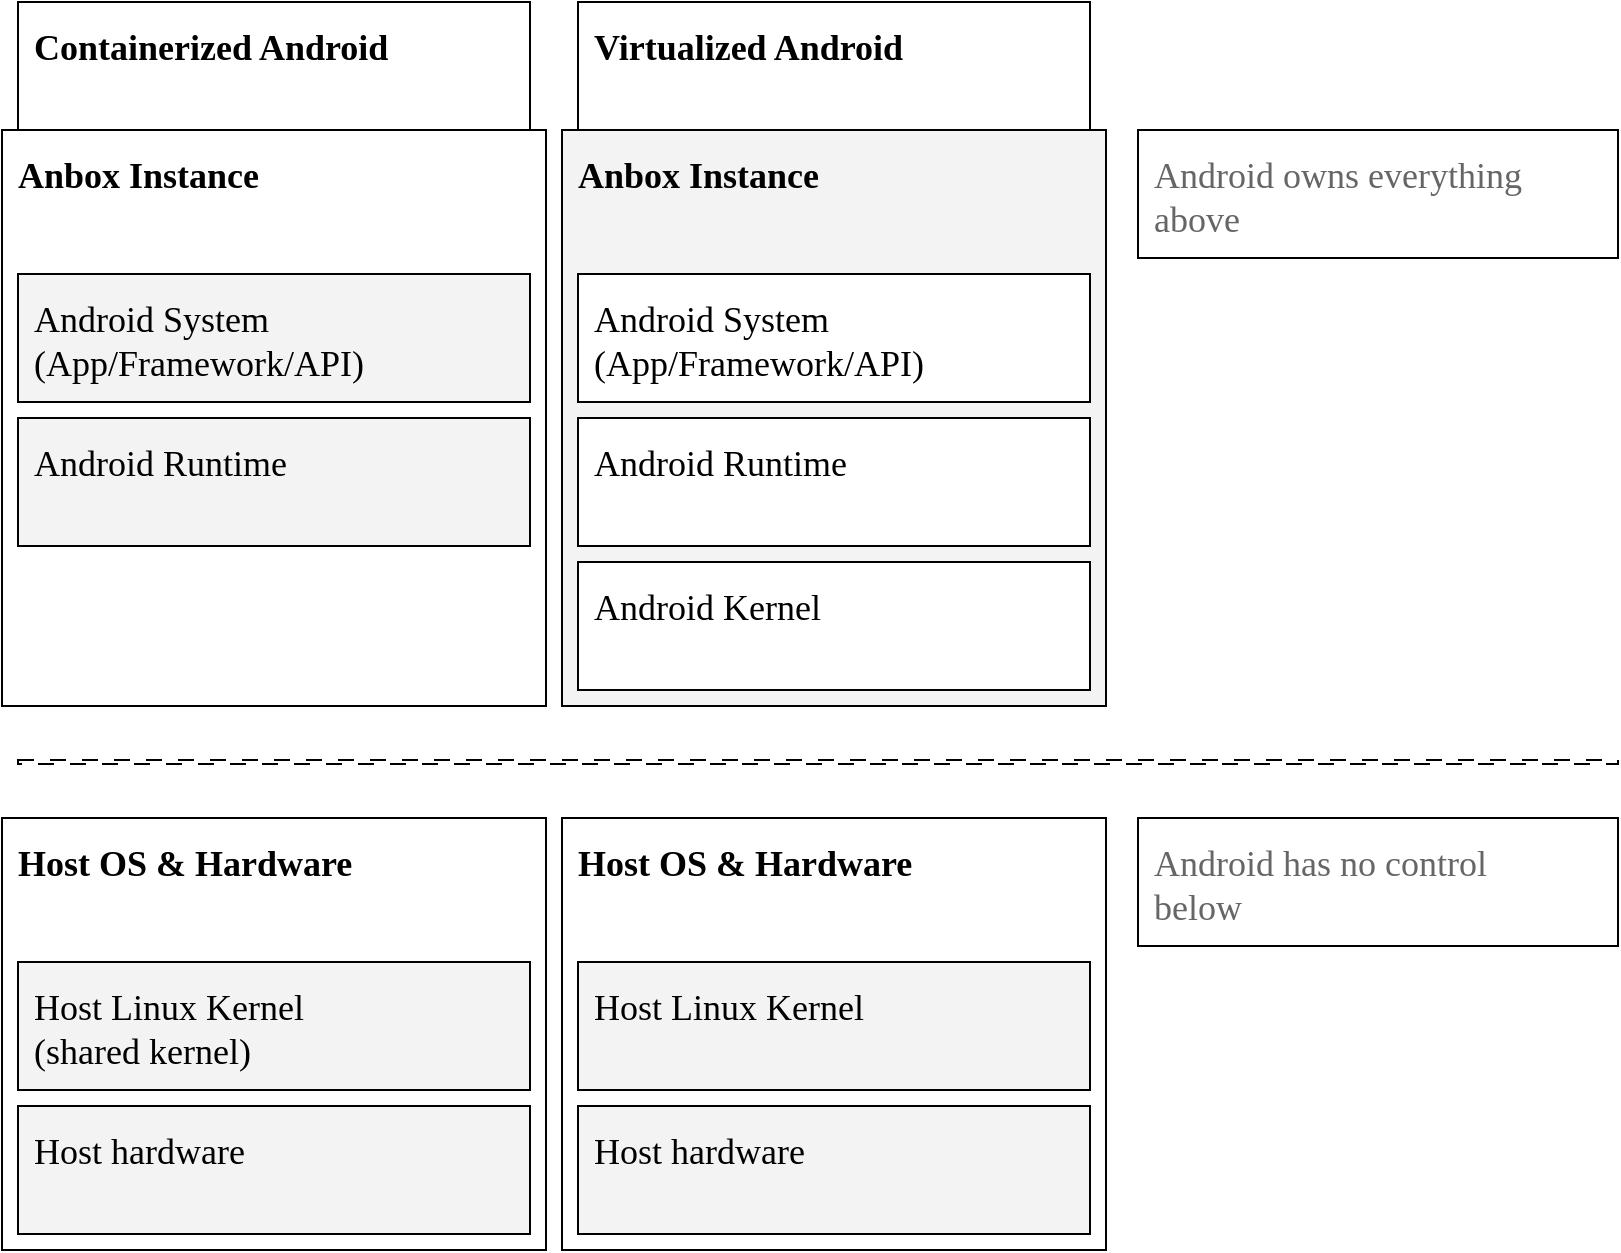
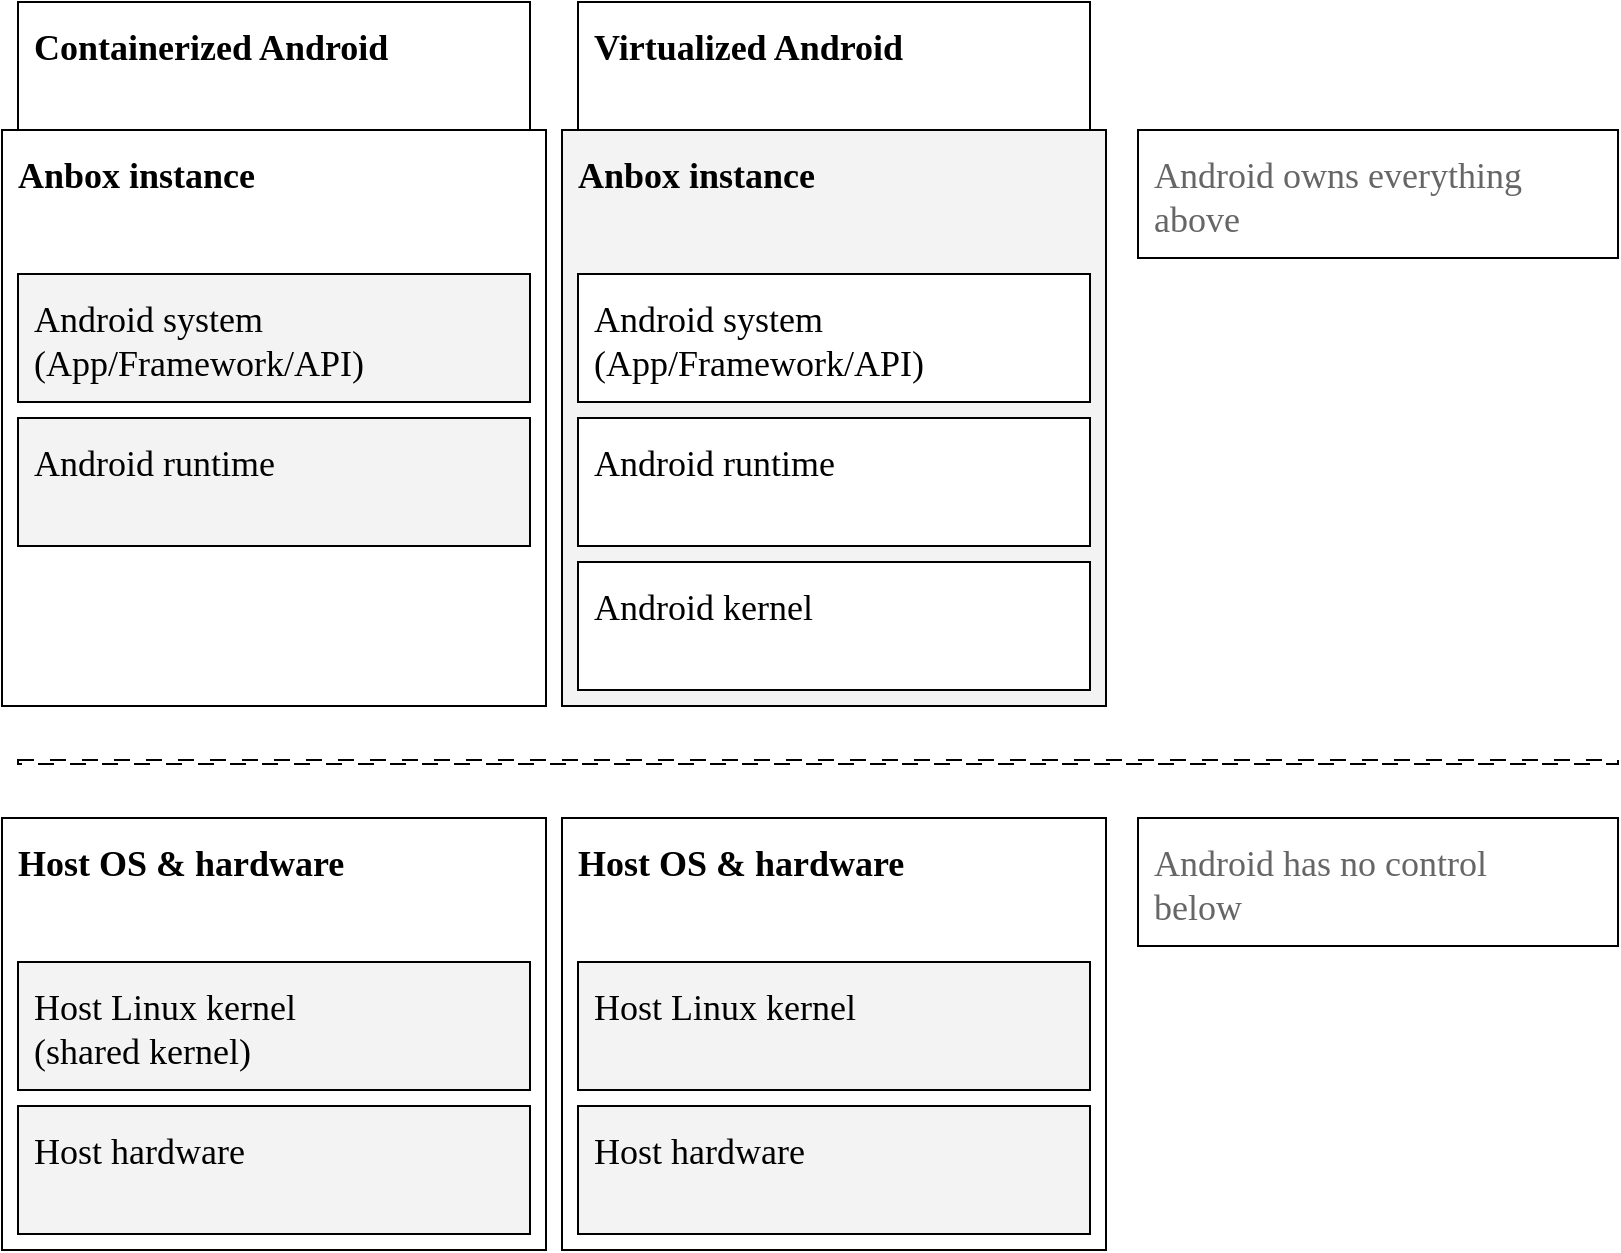
<mxfile host="app.diagrams.net" agent="diagram-generator" version="29.3.7">
-   <diagram name="Android Container vs VM Architecture" id="declarative">
+   <diagram name="Android container vs VM architecture" id="declarative">
    <mxGraphModel grid="1" gridSize="8" guides="1" tooltips="1" connect="1" arrows="1" fold="1" page="1" pageScale="1" pageWidth="848" pageHeight="672" background="light-dark(#ffffff, #ffffff)" adaptiveColors="none" math="0" shadow="0">
      <root>
        <mxCell id="0" />
        <mxCell id="1" parent="0" />
        <mxCell id="2" parent="1" style="rounded=0;whiteSpace=wrap;html=1;shadow=0;fillColor=#FFFFFF;strokeColor=#000000;strokeWidth=1;" value="" vertex="1" data-dg-source="diagram-generator" data-dg-role="box" tags="dg-generated dg-role-box dg-token-box-default" data-dg-style-tokens="box-default" connectable="1">
          <mxGeometry x="16" y="88" width="272" height="288" as="geometry" />
        </mxCell>
-         <mxCell id="3" parent="2" style="rounded=0;whiteSpace=wrap;html=1;align=left;verticalAlign=top;spacing=0;spacingTop=0;spacingBottom=0;spacingLeft=0;spacingRight=0;fillColor=none;strokeColor=none;strokeWidth=0;shadow=0;fontFamily=Ubuntu Sans;fontSize=18;fontColor=#000000;fontSource=https%3A%2F%2Ffonts.googleapis.com%2Fcss%3Ffamily%3DUbuntu%2BSans;" value="&lt;span style=&quot;font-size:18px&quot;&gt;&lt;b&gt;Anbox Instance&lt;/b&gt;&lt;/span&gt;" vertex="1" data-dg-source="diagram-generator" data-dg-role="label" tags="dg-generated dg-role-label dg-token-label-box" data-dg-style-tokens="label-box" connectable="0">
+         <mxCell id="3" parent="2" style="rounded=0;whiteSpace=wrap;html=1;align=left;verticalAlign=top;spacing=0;spacingTop=0;spacingBottom=0;spacingLeft=0;spacingRight=0;fillColor=none;strokeColor=none;strokeWidth=0;shadow=0;fontFamily=Ubuntu Sans;fontSize=18;fontColor=#000000;fontSource=https%3A%2F%2Ffonts.googleapis.com%2Fcss%3Ffamily%3DUbuntu%2BSans;" value="&lt;span style=&quot;font-size:18px&quot;&gt;&lt;b&gt;Anbox instance&lt;/b&gt;&lt;/span&gt;" vertex="1" data-dg-source="diagram-generator" data-dg-role="label" tags="dg-generated dg-role-label dg-token-label-box" data-dg-style-tokens="label-box" connectable="0">
          <mxGeometry x="8" y="8" width="256" height="272" as="geometry" />
        </mxCell>
        <mxCell id="4" parent="1" style="rounded=0;whiteSpace=wrap;html=1;shadow=0;fillColor=#F3F3F3;strokeColor=#000000;strokeWidth=1;" value="" vertex="1" data-dg-source="diagram-generator" data-dg-role="box" tags="dg-generated dg-role-box dg-token-box-accent" data-dg-style-tokens="box-accent" connectable="1">
          <mxGeometry x="296" y="88" width="272" height="288" as="geometry" />
        </mxCell>
-         <mxCell id="5" parent="4" style="rounded=0;whiteSpace=wrap;html=1;align=left;verticalAlign=top;spacing=0;spacingTop=0;spacingBottom=0;spacingLeft=0;spacingRight=0;fillColor=none;strokeColor=none;strokeWidth=0;shadow=0;fontFamily=Ubuntu Sans;fontSize=18;fontColor=#000000;fontSource=https%3A%2F%2Ffonts.googleapis.com%2Fcss%3Ffamily%3DUbuntu%2BSans;" value="&lt;span style=&quot;font-size:18px&quot;&gt;&lt;b&gt;Anbox Instance&lt;/b&gt;&lt;/span&gt;" vertex="1" data-dg-source="diagram-generator" data-dg-role="label" tags="dg-generated dg-role-label dg-token-label-box" data-dg-style-tokens="label-box" connectable="0">
+         <mxCell id="5" parent="4" style="rounded=0;whiteSpace=wrap;html=1;align=left;verticalAlign=top;spacing=0;spacingTop=0;spacingBottom=0;spacingLeft=0;spacingRight=0;fillColor=none;strokeColor=none;strokeWidth=0;shadow=0;fontFamily=Ubuntu Sans;fontSize=18;fontColor=#000000;fontSource=https%3A%2F%2Ffonts.googleapis.com%2Fcss%3Ffamily%3DUbuntu%2BSans;" value="&lt;span style=&quot;font-size:18px&quot;&gt;&lt;b&gt;Anbox instance&lt;/b&gt;&lt;/span&gt;" vertex="1" data-dg-source="diagram-generator" data-dg-role="label" tags="dg-generated dg-role-label dg-token-label-box" data-dg-style-tokens="label-box" connectable="0">
          <mxGeometry x="8" y="8" width="256" height="272" as="geometry" />
        </mxCell>
        <mxCell id="6" parent="1" style="rounded=0;whiteSpace=wrap;html=1;shadow=0;fillColor=#FFFFFF;strokeColor=#000000;strokeWidth=1;" value="" vertex="1" data-dg-source="diagram-generator" data-dg-role="box" tags="dg-generated dg-role-box dg-token-box-default" data-dg-style-tokens="box-default" connectable="1">
          <mxGeometry x="16" y="432" width="272" height="216" as="geometry" />
        </mxCell>
-         <mxCell id="7" parent="6" style="rounded=0;whiteSpace=wrap;html=1;align=left;verticalAlign=top;spacing=0;spacingTop=0;spacingBottom=0;spacingLeft=0;spacingRight=0;fillColor=none;strokeColor=none;strokeWidth=0;shadow=0;fontFamily=Ubuntu Sans;fontSize=18;fontColor=#000000;fontSource=https%3A%2F%2Ffonts.googleapis.com%2Fcss%3Ffamily%3DUbuntu%2BSans;" value="&lt;span style=&quot;font-size:18px&quot;&gt;&lt;b&gt;Host OS &amp;amp; Hardware&lt;/b&gt;&lt;/span&gt;" vertex="1" data-dg-source="diagram-generator" data-dg-role="label" tags="dg-generated dg-role-label dg-token-label-box" data-dg-style-tokens="label-box" connectable="0">
+         <mxCell id="7" parent="6" style="rounded=0;whiteSpace=wrap;html=1;align=left;verticalAlign=top;spacing=0;spacingTop=0;spacingBottom=0;spacingLeft=0;spacingRight=0;fillColor=none;strokeColor=none;strokeWidth=0;shadow=0;fontFamily=Ubuntu Sans;fontSize=18;fontColor=#000000;fontSource=https%3A%2F%2Ffonts.googleapis.com%2Fcss%3Ffamily%3DUbuntu%2BSans;" value="&lt;span style=&quot;font-size:18px&quot;&gt;&lt;b&gt;Host OS &amp;amp; hardware&lt;/b&gt;&lt;/span&gt;" vertex="1" data-dg-source="diagram-generator" data-dg-role="label" tags="dg-generated dg-role-label dg-token-label-box" data-dg-style-tokens="label-box" connectable="0">
          <mxGeometry x="8" y="8" width="256" height="200" as="geometry" />
        </mxCell>
        <mxCell id="8" parent="1" style="rounded=0;whiteSpace=wrap;html=1;shadow=0;fillColor=#FFFFFF;strokeColor=#000000;strokeWidth=1;" value="" vertex="1" data-dg-source="diagram-generator" data-dg-role="box" tags="dg-generated dg-role-box dg-token-box-default" data-dg-style-tokens="box-default" connectable="1">
          <mxGeometry x="296" y="432" width="272" height="216" as="geometry" />
        </mxCell>
-         <mxCell id="9" parent="8" style="rounded=0;whiteSpace=wrap;html=1;align=left;verticalAlign=top;spacing=0;spacingTop=0;spacingBottom=0;spacingLeft=0;spacingRight=0;fillColor=none;strokeColor=none;strokeWidth=0;shadow=0;fontFamily=Ubuntu Sans;fontSize=18;fontColor=#000000;fontSource=https%3A%2F%2Ffonts.googleapis.com%2Fcss%3Ffamily%3DUbuntu%2BSans;" value="&lt;span style=&quot;font-size:18px&quot;&gt;&lt;b&gt;Host OS &amp;amp; Hardware&lt;/b&gt;&lt;/span&gt;" vertex="1" data-dg-source="diagram-generator" data-dg-role="label" tags="dg-generated dg-role-label dg-token-label-box" data-dg-style-tokens="label-box" connectable="0">
+         <mxCell id="9" parent="8" style="rounded=0;whiteSpace=wrap;html=1;align=left;verticalAlign=top;spacing=0;spacingTop=0;spacingBottom=0;spacingLeft=0;spacingRight=0;fillColor=none;strokeColor=none;strokeWidth=0;shadow=0;fontFamily=Ubuntu Sans;fontSize=18;fontColor=#000000;fontSource=https%3A%2F%2Ffonts.googleapis.com%2Fcss%3Ffamily%3DUbuntu%2BSans;" value="&lt;span style=&quot;font-size:18px&quot;&gt;&lt;b&gt;Host OS &amp;amp; hardware&lt;/b&gt;&lt;/span&gt;" vertex="1" data-dg-source="diagram-generator" data-dg-role="label" tags="dg-generated dg-role-label dg-token-label-box" data-dg-style-tokens="label-box" connectable="0">
          <mxGeometry x="8" y="8" width="256" height="200" as="geometry" />
        </mxCell>
        <mxCell id="10" parent="2" style="rounded=0;whiteSpace=wrap;html=1;shadow=0;fillColor=#F3F3F3;strokeColor=#000000;strokeWidth=1;" value="" vertex="1" data-dg-source="diagram-generator" data-dg-role="box" tags="dg-generated dg-role-box dg-token-box-accent" data-dg-style-tokens="box-accent" connectable="1">
          <mxGeometry x="8" y="72" width="256" height="64" as="geometry" />
        </mxCell>
-         <mxCell id="11" parent="10" style="rounded=0;whiteSpace=wrap;html=1;align=left;verticalAlign=top;spacing=0;spacingTop=0;spacingBottom=0;spacingLeft=0;spacingRight=0;fillColor=none;strokeColor=none;strokeWidth=0;shadow=0;fontFamily=Ubuntu Sans;fontSize=18;fontColor=#000000;fontSource=https%3A%2F%2Ffonts.googleapis.com%2Fcss%3Ffamily%3DUbuntu%2BSans;" value="&lt;span style=&quot;font-size:18px&quot;&gt;Android System&lt;/span&gt;&lt;br&gt;&lt;span style=&quot;font-size:18px&quot;&gt;(App/Framework/API)&lt;/span&gt;" vertex="1" data-dg-source="diagram-generator" data-dg-role="label" tags="dg-generated dg-role-label dg-token-label-box" data-dg-style-tokens="label-box" connectable="0">
+         <mxCell id="11" parent="10" style="rounded=0;whiteSpace=wrap;html=1;align=left;verticalAlign=top;spacing=0;spacingTop=0;spacingBottom=0;spacingLeft=0;spacingRight=0;fillColor=none;strokeColor=none;strokeWidth=0;shadow=0;fontFamily=Ubuntu Sans;fontSize=18;fontColor=#000000;fontSource=https%3A%2F%2Ffonts.googleapis.com%2Fcss%3Ffamily%3DUbuntu%2BSans;" value="&lt;span style=&quot;font-size:18px&quot;&gt;Android system&lt;/span&gt;&lt;br&gt;&lt;span style=&quot;font-size:18px&quot;&gt;(App/Framework/API)&lt;/span&gt;" vertex="1" data-dg-source="diagram-generator" data-dg-role="label" tags="dg-generated dg-role-label dg-token-label-box" data-dg-style-tokens="label-box" connectable="0">
          <mxGeometry x="8" y="8" width="240" height="48" as="geometry" />
        </mxCell>
        <mxCell id="12" parent="2" style="rounded=0;whiteSpace=wrap;html=1;shadow=0;fillColor=#F3F3F3;strokeColor=#000000;strokeWidth=1;" value="" vertex="1" data-dg-source="diagram-generator" data-dg-role="box" tags="dg-generated dg-role-box dg-token-box-accent" data-dg-style-tokens="box-accent" connectable="1">
          <mxGeometry x="8" y="144" width="256" height="64" as="geometry" />
        </mxCell>
-         <mxCell id="13" parent="12" style="rounded=0;whiteSpace=wrap;html=1;align=left;verticalAlign=top;spacing=0;spacingTop=0;spacingBottom=0;spacingLeft=0;spacingRight=0;fillColor=none;strokeColor=none;strokeWidth=0;shadow=0;fontFamily=Ubuntu Sans;fontSize=18;fontColor=#000000;fontSource=https%3A%2F%2Ffonts.googleapis.com%2Fcss%3Ffamily%3DUbuntu%2BSans;" value="&lt;span style=&quot;font-size:18px&quot;&gt;Android Runtime&lt;/span&gt;" vertex="1" data-dg-source="diagram-generator" data-dg-role="label" tags="dg-generated dg-role-label dg-token-label-box" data-dg-style-tokens="label-box" connectable="0">
+         <mxCell id="13" parent="12" style="rounded=0;whiteSpace=wrap;html=1;align=left;verticalAlign=top;spacing=0;spacingTop=0;spacingBottom=0;spacingLeft=0;spacingRight=0;fillColor=none;strokeColor=none;strokeWidth=0;shadow=0;fontFamily=Ubuntu Sans;fontSize=18;fontColor=#000000;fontSource=https%3A%2F%2Ffonts.googleapis.com%2Fcss%3Ffamily%3DUbuntu%2BSans;" value="&lt;span style=&quot;font-size:18px&quot;&gt;Android runtime&lt;/span&gt;" vertex="1" data-dg-source="diagram-generator" data-dg-role="label" tags="dg-generated dg-role-label dg-token-label-box" data-dg-style-tokens="label-box" connectable="0">
          <mxGeometry x="8" y="8" width="240" height="48" as="geometry" />
        </mxCell>
        <mxCell id="14" parent="4" style="rounded=0;whiteSpace=wrap;html=1;shadow=0;fillColor=#FFFFFF;strokeColor=#000000;strokeWidth=1;" value="" vertex="1" data-dg-source="diagram-generator" data-dg-role="box" tags="dg-generated dg-role-box dg-token-box-default" data-dg-style-tokens="box-default" connectable="1">
          <mxGeometry x="8" y="72" width="256" height="64" as="geometry" />
        </mxCell>
-         <mxCell id="15" parent="14" style="rounded=0;whiteSpace=wrap;html=1;align=left;verticalAlign=top;spacing=0;spacingTop=0;spacingBottom=0;spacingLeft=0;spacingRight=0;fillColor=none;strokeColor=none;strokeWidth=0;shadow=0;fontFamily=Ubuntu Sans;fontSize=18;fontColor=#000000;fontSource=https%3A%2F%2Ffonts.googleapis.com%2Fcss%3Ffamily%3DUbuntu%2BSans;" value="&lt;span style=&quot;font-size:18px&quot;&gt;Android System&lt;/span&gt;&lt;br&gt;&lt;span style=&quot;font-size:18px&quot;&gt;(App/Framework/API)&lt;/span&gt;" vertex="1" data-dg-source="diagram-generator" data-dg-role="label" tags="dg-generated dg-role-label dg-token-label-box" data-dg-style-tokens="label-box" connectable="0">
+         <mxCell id="15" parent="14" style="rounded=0;whiteSpace=wrap;html=1;align=left;verticalAlign=top;spacing=0;spacingTop=0;spacingBottom=0;spacingLeft=0;spacingRight=0;fillColor=none;strokeColor=none;strokeWidth=0;shadow=0;fontFamily=Ubuntu Sans;fontSize=18;fontColor=#000000;fontSource=https%3A%2F%2Ffonts.googleapis.com%2Fcss%3Ffamily%3DUbuntu%2BSans;" value="&lt;span style=&quot;font-size:18px&quot;&gt;Android system&lt;/span&gt;&lt;br&gt;&lt;span style=&quot;font-size:18px&quot;&gt;(App/Framework/API)&lt;/span&gt;" vertex="1" data-dg-source="diagram-generator" data-dg-role="label" tags="dg-generated dg-role-label dg-token-label-box" data-dg-style-tokens="label-box" connectable="0">
          <mxGeometry x="8" y="8" width="240" height="48" as="geometry" />
        </mxCell>
        <mxCell id="16" parent="4" style="rounded=0;whiteSpace=wrap;html=1;shadow=0;fillColor=#FFFFFF;strokeColor=#000000;strokeWidth=1;" value="" vertex="1" data-dg-source="diagram-generator" data-dg-role="box" tags="dg-generated dg-role-box dg-token-box-default" data-dg-style-tokens="box-default" connectable="1">
          <mxGeometry x="8" y="144" width="256" height="64" as="geometry" />
        </mxCell>
-         <mxCell id="17" parent="16" style="rounded=0;whiteSpace=wrap;html=1;align=left;verticalAlign=top;spacing=0;spacingTop=0;spacingBottom=0;spacingLeft=0;spacingRight=0;fillColor=none;strokeColor=none;strokeWidth=0;shadow=0;fontFamily=Ubuntu Sans;fontSize=18;fontColor=#000000;fontSource=https%3A%2F%2Ffonts.googleapis.com%2Fcss%3Ffamily%3DUbuntu%2BSans;" value="&lt;span style=&quot;font-size:18px&quot;&gt;Android Runtime&lt;/span&gt;" vertex="1" data-dg-source="diagram-generator" data-dg-role="label" tags="dg-generated dg-role-label dg-token-label-box" data-dg-style-tokens="label-box" connectable="0">
+         <mxCell id="17" parent="16" style="rounded=0;whiteSpace=wrap;html=1;align=left;verticalAlign=top;spacing=0;spacingTop=0;spacingBottom=0;spacingLeft=0;spacingRight=0;fillColor=none;strokeColor=none;strokeWidth=0;shadow=0;fontFamily=Ubuntu Sans;fontSize=18;fontColor=#000000;fontSource=https%3A%2F%2Ffonts.googleapis.com%2Fcss%3Ffamily%3DUbuntu%2BSans;" value="&lt;span style=&quot;font-size:18px&quot;&gt;Android runtime&lt;/span&gt;" vertex="1" data-dg-source="diagram-generator" data-dg-role="label" tags="dg-generated dg-role-label dg-token-label-box" data-dg-style-tokens="label-box" connectable="0">
          <mxGeometry x="8" y="8" width="240" height="48" as="geometry" />
        </mxCell>
        <mxCell id="18" parent="4" style="rounded=0;whiteSpace=wrap;html=1;shadow=0;fillColor=#FFFFFF;strokeColor=#000000;strokeWidth=1;" value="" vertex="1" data-dg-source="diagram-generator" data-dg-role="box" tags="dg-generated dg-role-box dg-token-box-default" data-dg-style-tokens="box-default" connectable="1">
          <mxGeometry x="8" y="216" width="256" height="64" as="geometry" />
        </mxCell>
-         <mxCell id="19" parent="18" style="rounded=0;whiteSpace=wrap;html=1;align=left;verticalAlign=top;spacing=0;spacingTop=0;spacingBottom=0;spacingLeft=0;spacingRight=0;fillColor=none;strokeColor=none;strokeWidth=0;shadow=0;fontFamily=Ubuntu Sans;fontSize=18;fontColor=#000000;fontSource=https%3A%2F%2Ffonts.googleapis.com%2Fcss%3Ffamily%3DUbuntu%2BSans;" value="&lt;span style=&quot;font-size:18px&quot;&gt;Android Kernel&lt;/span&gt;" vertex="1" data-dg-source="diagram-generator" data-dg-role="label" tags="dg-generated dg-role-label dg-token-label-box" data-dg-style-tokens="label-box" connectable="0">
+         <mxCell id="19" parent="18" style="rounded=0;whiteSpace=wrap;html=1;align=left;verticalAlign=top;spacing=0;spacingTop=0;spacingBottom=0;spacingLeft=0;spacingRight=0;fillColor=none;strokeColor=none;strokeWidth=0;shadow=0;fontFamily=Ubuntu Sans;fontSize=18;fontColor=#000000;fontSource=https%3A%2F%2Ffonts.googleapis.com%2Fcss%3Ffamily%3DUbuntu%2BSans;" value="&lt;span style=&quot;font-size:18px&quot;&gt;Android kernel&lt;/span&gt;" vertex="1" data-dg-source="diagram-generator" data-dg-role="label" tags="dg-generated dg-role-label dg-token-label-box" data-dg-style-tokens="label-box" connectable="0">
          <mxGeometry x="8" y="8" width="240" height="48" as="geometry" />
        </mxCell>
        <mxCell id="20" parent="6" style="rounded=0;whiteSpace=wrap;html=1;shadow=0;fillColor=#F3F3F3;strokeColor=#000000;strokeWidth=1;" value="" vertex="1" data-dg-source="diagram-generator" data-dg-role="box" tags="dg-generated dg-role-box dg-token-box-accent" data-dg-style-tokens="box-accent" connectable="1">
          <mxGeometry x="8" y="72" width="256" height="64" as="geometry" />
        </mxCell>
-         <mxCell id="21" parent="20" style="rounded=0;whiteSpace=wrap;html=1;align=left;verticalAlign=top;spacing=0;spacingTop=0;spacingBottom=0;spacingLeft=0;spacingRight=0;fillColor=none;strokeColor=none;strokeWidth=0;shadow=0;fontFamily=Ubuntu Sans;fontSize=18;fontColor=#000000;fontSource=https%3A%2F%2Ffonts.googleapis.com%2Fcss%3Ffamily%3DUbuntu%2BSans;" value="&lt;span style=&quot;font-size:18px&quot;&gt;Host Linux Kernel&lt;/span&gt;&lt;br&gt;&lt;span style=&quot;font-size:18px&quot;&gt;(shared kernel)&lt;/span&gt;" vertex="1" data-dg-source="diagram-generator" data-dg-role="label" tags="dg-generated dg-role-label dg-token-label-box" data-dg-style-tokens="label-box" connectable="0">
+         <mxCell id="21" parent="20" style="rounded=0;whiteSpace=wrap;html=1;align=left;verticalAlign=top;spacing=0;spacingTop=0;spacingBottom=0;spacingLeft=0;spacingRight=0;fillColor=none;strokeColor=none;strokeWidth=0;shadow=0;fontFamily=Ubuntu Sans;fontSize=18;fontColor=#000000;fontSource=https%3A%2F%2Ffonts.googleapis.com%2Fcss%3Ffamily%3DUbuntu%2BSans;" value="&lt;span style=&quot;font-size:18px&quot;&gt;Host Linux kernel&lt;/span&gt;&lt;br&gt;&lt;span style=&quot;font-size:18px&quot;&gt;(shared kernel)&lt;/span&gt;" vertex="1" data-dg-source="diagram-generator" data-dg-role="label" tags="dg-generated dg-role-label dg-token-label-box" data-dg-style-tokens="label-box" connectable="0">
          <mxGeometry x="8" y="8" width="240" height="48" as="geometry" />
        </mxCell>
        <mxCell id="22" parent="6" style="rounded=0;whiteSpace=wrap;html=1;shadow=0;fillColor=#F3F3F3;strokeColor=#000000;strokeWidth=1;" value="" vertex="1" data-dg-source="diagram-generator" data-dg-role="box" tags="dg-generated dg-role-box dg-token-box-accent" data-dg-style-tokens="box-accent" connectable="1">
          <mxGeometry x="8" y="144" width="256" height="64" as="geometry" />
        </mxCell>
        <mxCell id="23" parent="22" style="rounded=0;whiteSpace=wrap;html=1;align=left;verticalAlign=top;spacing=0;spacingTop=0;spacingBottom=0;spacingLeft=0;spacingRight=0;fillColor=none;strokeColor=none;strokeWidth=0;shadow=0;fontFamily=Ubuntu Sans;fontSize=18;fontColor=#000000;fontSource=https%3A%2F%2Ffonts.googleapis.com%2Fcss%3Ffamily%3DUbuntu%2BSans;" value="&lt;span style=&quot;font-size:18px&quot;&gt;Host hardware&lt;/span&gt;" vertex="1" data-dg-source="diagram-generator" data-dg-role="label" tags="dg-generated dg-role-label dg-token-label-box" data-dg-style-tokens="label-box" connectable="0">
          <mxGeometry x="8" y="8" width="240" height="48" as="geometry" />
        </mxCell>
        <mxCell id="24" parent="8" style="rounded=0;whiteSpace=wrap;html=1;shadow=0;fillColor=#F3F3F3;strokeColor=#000000;strokeWidth=1;" value="" vertex="1" data-dg-source="diagram-generator" data-dg-role="box" tags="dg-generated dg-role-box dg-token-box-accent" data-dg-style-tokens="box-accent" connectable="1">
          <mxGeometry x="8" y="72" width="256" height="64" as="geometry" />
        </mxCell>
-         <mxCell id="25" parent="24" style="rounded=0;whiteSpace=wrap;html=1;align=left;verticalAlign=top;spacing=0;spacingTop=0;spacingBottom=0;spacingLeft=0;spacingRight=0;fillColor=none;strokeColor=none;strokeWidth=0;shadow=0;fontFamily=Ubuntu Sans;fontSize=18;fontColor=#000000;fontSource=https%3A%2F%2Ffonts.googleapis.com%2Fcss%3Ffamily%3DUbuntu%2BSans;" value="&lt;span style=&quot;font-size:18px&quot;&gt;Host Linux Kernel&lt;/span&gt;" vertex="1" data-dg-source="diagram-generator" data-dg-role="label" tags="dg-generated dg-role-label dg-token-label-box" data-dg-style-tokens="label-box" connectable="0">
+         <mxCell id="25" parent="24" style="rounded=0;whiteSpace=wrap;html=1;align=left;verticalAlign=top;spacing=0;spacingTop=0;spacingBottom=0;spacingLeft=0;spacingRight=0;fillColor=none;strokeColor=none;strokeWidth=0;shadow=0;fontFamily=Ubuntu Sans;fontSize=18;fontColor=#000000;fontSource=https%3A%2F%2Ffonts.googleapis.com%2Fcss%3Ffamily%3DUbuntu%2BSans;" value="&lt;span style=&quot;font-size:18px&quot;&gt;Host Linux kernel&lt;/span&gt;" vertex="1" data-dg-source="diagram-generator" data-dg-role="label" tags="dg-generated dg-role-label dg-token-label-box" data-dg-style-tokens="label-box" connectable="0">
          <mxGeometry x="8" y="8" width="240" height="48" as="geometry" />
        </mxCell>
        <mxCell id="26" parent="8" style="rounded=0;whiteSpace=wrap;html=1;shadow=0;fillColor=#F3F3F3;strokeColor=#000000;strokeWidth=1;" value="" vertex="1" data-dg-source="diagram-generator" data-dg-role="box" tags="dg-generated dg-role-box dg-token-box-accent" data-dg-style-tokens="box-accent" connectable="1">
          <mxGeometry x="8" y="144" width="256" height="64" as="geometry" />
        </mxCell>
        <mxCell id="27" parent="26" style="rounded=0;whiteSpace=wrap;html=1;align=left;verticalAlign=top;spacing=0;spacingTop=0;spacingBottom=0;spacingLeft=0;spacingRight=0;fillColor=none;strokeColor=none;strokeWidth=0;shadow=0;fontFamily=Ubuntu Sans;fontSize=18;fontColor=#000000;fontSource=https%3A%2F%2Ffonts.googleapis.com%2Fcss%3Ffamily%3DUbuntu%2BSans;" value="&lt;span style=&quot;font-size:18px&quot;&gt;Host hardware&lt;/span&gt;" vertex="1" data-dg-source="diagram-generator" data-dg-role="label" tags="dg-generated dg-role-label dg-token-label-box" data-dg-style-tokens="label-box" connectable="0">
          <mxGeometry x="8" y="8" width="240" height="48" as="geometry" />
        </mxCell>
        <mxCell id="28" parent="1" style="rounded=0;whiteSpace=wrap;html=1;shadow=0;fillColor=#FFFFFF;strokeColor=#000000;strokeWidth=1;" value="" vertex="1" data-dg-source="diagram-generator" data-dg-role="box" tags="dg-generated dg-role-box dg-token-box-default" data-dg-style-tokens="box-default" connectable="1">
          <mxGeometry x="584" y="88" width="240" height="64" as="geometry" />
        </mxCell>
        <mxCell id="29" parent="28" style="rounded=0;whiteSpace=wrap;html=1;align=left;verticalAlign=top;spacing=0;spacingTop=0;spacingBottom=0;spacingLeft=0;spacingRight=0;fillColor=none;strokeColor=none;strokeWidth=0;shadow=0;fontFamily=Ubuntu Sans;fontSize=18;fontColor=#000000;fontSource=https%3A%2F%2Ffonts.googleapis.com%2Fcss%3Ffamily%3DUbuntu%2BSans;" value="&lt;span style=&quot;font-size:18px;color:#666666&quot;&gt;Android owns everything&lt;/span&gt;&lt;br&gt;&lt;span style=&quot;font-size:18px;color:#666666&quot;&gt;above&lt;/span&gt;" vertex="1" data-dg-source="diagram-generator" data-dg-role="label" tags="dg-generated dg-role-label dg-token-label-box" data-dg-style-tokens="label-box" connectable="0">
          <mxGeometry x="8" y="8" width="224" height="48" as="geometry" />
        </mxCell>
        <mxCell id="30" parent="1" style="rounded=0;whiteSpace=wrap;html=1;shadow=0;fillColor=#FFFFFF;strokeColor=#000000;strokeWidth=1;" value="" vertex="1" data-dg-source="diagram-generator" data-dg-role="box" tags="dg-generated dg-role-box dg-token-box-default" data-dg-style-tokens="box-default" connectable="1">
          <mxGeometry x="584" y="432" width="240" height="64" as="geometry" />
        </mxCell>
        <mxCell id="31" parent="30" style="rounded=0;whiteSpace=wrap;html=1;align=left;verticalAlign=top;spacing=0;spacingTop=0;spacingBottom=0;spacingLeft=0;spacingRight=0;fillColor=none;strokeColor=none;strokeWidth=0;shadow=0;fontFamily=Ubuntu Sans;fontSize=18;fontColor=#000000;fontSource=https%3A%2F%2Ffonts.googleapis.com%2Fcss%3Ffamily%3DUbuntu%2BSans;" value="&lt;span style=&quot;font-size:18px;color:#666666&quot;&gt;Android has no control&lt;/span&gt;&lt;br&gt;&lt;span style=&quot;font-size:18px;color:#666666&quot;&gt;below&lt;/span&gt;" vertex="1" data-dg-source="diagram-generator" data-dg-role="label" tags="dg-generated dg-role-label dg-token-label-box" data-dg-style-tokens="label-box" connectable="0">
          <mxGeometry x="8" y="8" width="224" height="48" as="geometry" />
        </mxCell>
        <mxCell id="32" parent="1" style="rounded=0;whiteSpace=wrap;html=1;shadow=0;fillColor=#FFFFFF;strokeColor=#000000;strokeWidth=1;" value="" vertex="1" data-dg-source="diagram-generator" data-dg-role="box" tags="dg-generated dg-role-box dg-token-box-default" data-dg-style-tokens="box-default" connectable="1">
          <mxGeometry x="24" y="24" width="256" height="64" as="geometry" />
        </mxCell>
        <mxCell id="33" parent="32" style="rounded=0;whiteSpace=wrap;html=1;align=left;verticalAlign=top;spacing=0;spacingTop=0;spacingBottom=0;spacingLeft=0;spacingRight=0;fillColor=none;strokeColor=none;strokeWidth=0;shadow=0;fontFamily=Ubuntu Sans;fontSize=18;fontColor=#000000;fontSource=https%3A%2F%2Ffonts.googleapis.com%2Fcss%3Ffamily%3DUbuntu%2BSans;" value="&lt;span style=&quot;font-size:18px&quot;&gt;&lt;b&gt;Containerized Android&lt;/b&gt;&lt;/span&gt;" vertex="1" data-dg-source="diagram-generator" data-dg-role="label" tags="dg-generated dg-role-label dg-token-label-box" data-dg-style-tokens="label-box" connectable="0">
          <mxGeometry x="8" y="8" width="240" height="48" as="geometry" />
        </mxCell>
        <mxCell id="34" parent="1" style="rounded=0;whiteSpace=wrap;html=1;shadow=0;fillColor=#FFFFFF;strokeColor=#000000;strokeWidth=1;" value="" vertex="1" data-dg-source="diagram-generator" data-dg-role="box" tags="dg-generated dg-role-box dg-token-box-default" data-dg-style-tokens="box-default" connectable="1">
          <mxGeometry x="304" y="24" width="256" height="64" as="geometry" />
        </mxCell>
        <mxCell id="35" parent="34" style="rounded=0;whiteSpace=wrap;html=1;align=left;verticalAlign=top;spacing=0;spacingTop=0;spacingBottom=0;spacingLeft=0;spacingRight=0;fillColor=none;strokeColor=none;strokeWidth=0;shadow=0;fontFamily=Ubuntu Sans;fontSize=18;fontColor=#000000;fontSource=https%3A%2F%2Ffonts.googleapis.com%2Fcss%3Ffamily%3DUbuntu%2BSans;" value="&lt;span style=&quot;font-size:18px&quot;&gt;&lt;b&gt;Virtualized Android&lt;/b&gt;&lt;/span&gt;" vertex="1" data-dg-source="diagram-generator" data-dg-role="label" tags="dg-generated dg-role-label dg-token-label-box" data-dg-style-tokens="label-box" connectable="0">
          <mxGeometry x="8" y="8" width="240" height="48" as="geometry" />
        </mxCell>
        <mxCell id="36" parent="1" style="rounded=0;whiteSpace=wrap;html=1;shadow=0;fillColor=none;strokeColor=#000000;strokeWidth=1;dashed=1;dashPattern=8 8;" value="" vertex="1" data-dg-source="diagram-generator" data-dg-role="rect" tags="dg-generated dg-role-rect dg-token-dashed-separator" data-dg-style-tokens="dashed-separator" connectable="0">
          <mxGeometry x="24" y="403" width="800" height="2" as="geometry" />
        </mxCell>
      </root>
    </mxGraphModel>
  </diagram>
</mxfile>